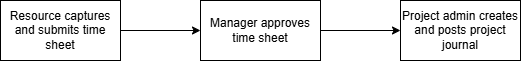
braintree-brainworx/Braintree-PPS-Cloud keeps this draw.io diagram as Project-Management/TimeSheetProcess.drawio.png. Above is the earlier version. Source tidied: cells renumbered, new cells last; positions are measured from the earlier drawing's top-left corner, leaving out a move shared by most shapes. Source of this version:
```xml
<mxGraphModel>
  <root>
    <mxCell id="0" />
    <mxCell id="1" parent="0" />
    <mxCell id="2" style="edgeStyle=orthogonalEdgeStyle;html=1;" parent="1" edge="1" source="3" target="5">
      <mxGeometry relative="1" as="geometry" />
    </mxCell>
    <mxCell id="3" value="Resource captures and submits time sheet" style="rounded=0;whiteSpace=wrap;html=1;" parent="1" vertex="1">
      <mxGeometry width="120" height="60" as="geometry" />
    </mxCell>
    <mxCell id="4" style="edgeStyle=orthogonalEdgeStyle;html=1;" parent="1" edge="1" source="5" target="6">
      <mxGeometry relative="1" as="geometry" />
    </mxCell>
    <mxCell id="5" value="Manager approves time sheet" style="rounded=0;whiteSpace=wrap;html=1;" parent="1" vertex="1">
      <mxGeometry x="200" width="120" height="60" as="geometry" />
    </mxCell>
    <mxCell id="6" value="Project admin creates and posts project journal" style="rounded=0;whiteSpace=wrap;html=1;" parent="1" vertex="1">
      <mxGeometry x="400" width="120" height="60" as="geometry" />
    </mxCell>
  </root>
</mxGraphModel>
```
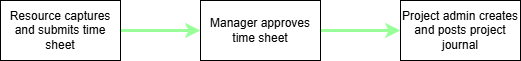
The same file after the commit.

Change to the diagram source:
```diff
@@ -2,13 +2,13 @@
   <root>
     <mxCell id="0" />
     <mxCell id="1" parent="0" />
-    <mxCell id="2" style="edgeStyle=orthogonalEdgeStyle;html=1;" parent="1" edge="1" source="3" target="5">
+    <mxCell id="2" style="edgeStyle=orthogonalEdgeStyle;html=1;fillColor=#bac8d3;strokeColor=#99FF99;strokeWidth=3;" parent="1" edge="1" source="3" target="5">
       <mxGeometry relative="1" as="geometry" />
     </mxCell>
     <mxCell id="3" value="Resource captures and submits time sheet" style="rounded=0;whiteSpace=wrap;html=1;" parent="1" vertex="1">
       <mxGeometry width="120" height="60" as="geometry" />
     </mxCell>
-    <mxCell id="4" style="edgeStyle=orthogonalEdgeStyle;html=1;" parent="1" edge="1" source="5" target="6">
+    <mxCell id="4" style="edgeStyle=orthogonalEdgeStyle;html=1;strokeColor=#99FF99;strokeWidth=3;" parent="1" edge="1" source="5" target="6">
       <mxGeometry relative="1" as="geometry" />
     </mxCell>
     <mxCell id="5" value="Manager approves time sheet" style="rounded=0;whiteSpace=wrap;html=1;" parent="1" vertex="1">
```
